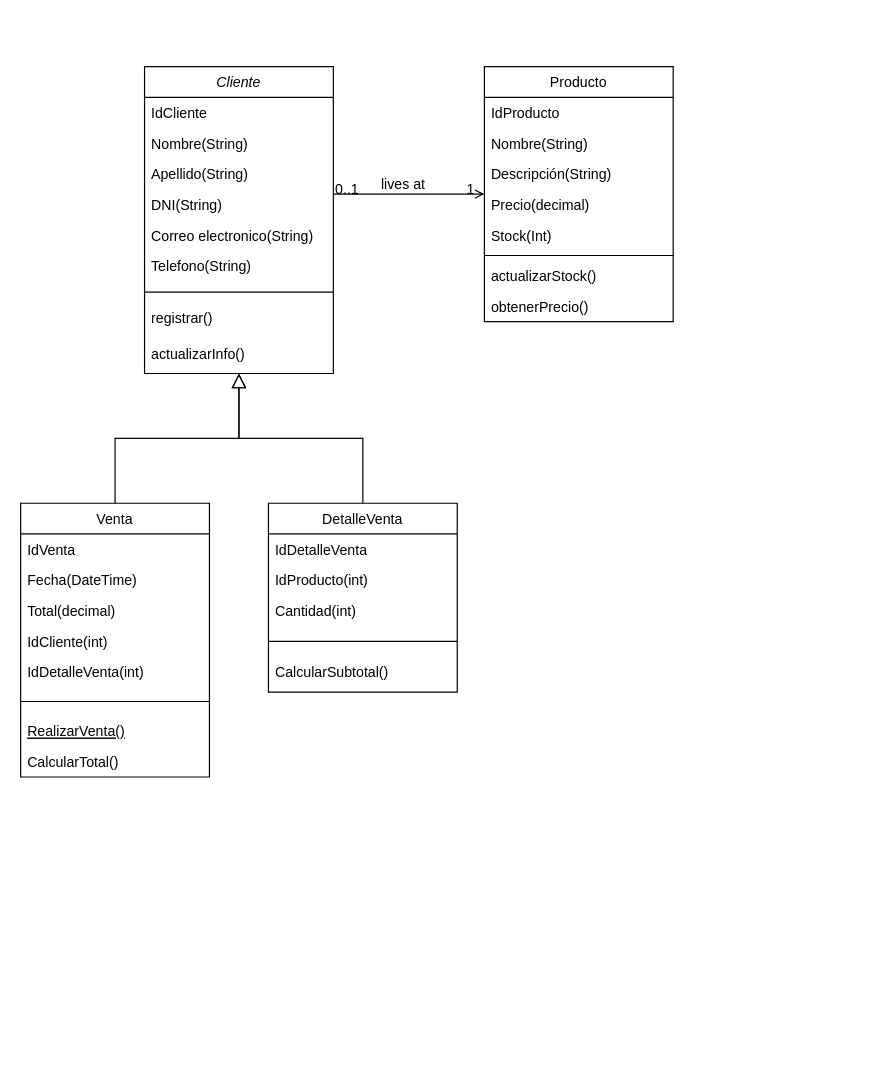
PCalderon77/Bases-de-datos1-ISSD keeps this draw.io diagram as Final Analisis de sistemas 2.drawio. Above is the earlier version. Source tidied: cells renumbered, new cells numbered last; positions are measured from the earlier drawing's top-left corner, leaving out a move shared by most shapes. Both pictures are drawn from the tidied source at 118%, with x=0, y=0 at pixel (20, 66).
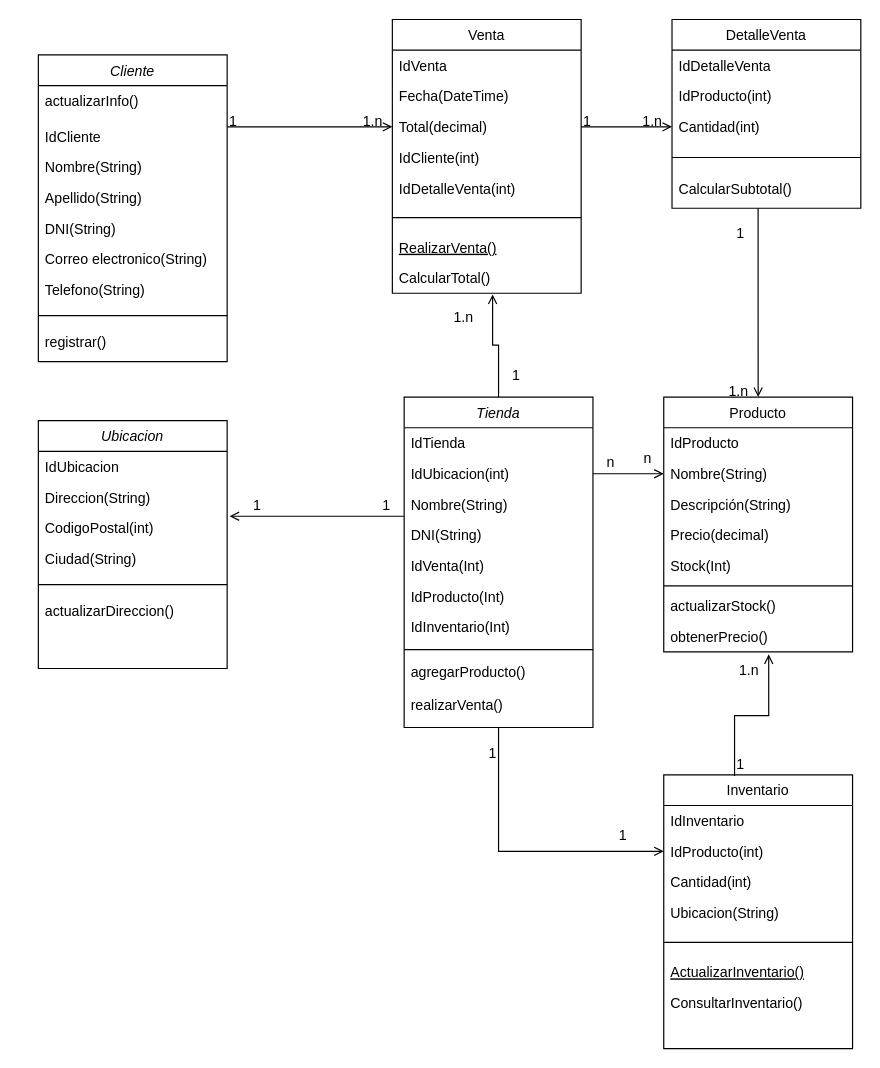
The same diagram, later.

Unchanged cells that the change refers to:
```xml
<mxCell id="15" value="Total(decimal)" style="text;align=left;verticalAlign=top;spacingLeft=4;spacingRight=4;overflow=hidden;points=[[0,0.5],[1,0.5]];portConstraint=eastwest;rounded=0;shadow=0;html=0;" parent="12" vertex="1">
  <mxGeometry y="78" width="160" height="26" as="geometry" />
</mxCell>
<mxCell id="20" value="CalcularTotal()" style="text;align=left;verticalAlign=top;spacingLeft=4;spacingRight=4;overflow=hidden;points=[[0,0.5],[1,0.5]];portConstraint=eastwest;" parent="12" vertex="1">
  <mxGeometry y="206" width="160" height="26" as="geometry" />
</mxCell>
<mxCell id="25" value="Cantidad(int)" style="text;align=left;verticalAlign=top;spacingLeft=4;spacingRight=4;overflow=hidden;points=[[0,0.5],[1,0.5]];portConstraint=eastwest;" parent="22" vertex="1">
  <mxGeometry y="78" width="160" height="26" as="geometry" />
</mxCell>
<mxCell id="27" value="CalcularSubtotal()" style="text;align=left;verticalAlign=top;spacingLeft=4;spacingRight=4;overflow=hidden;points=[[0,0.5],[1,0.5]];portConstraint=eastwest;" parent="22" vertex="1">
  <mxGeometry y="130" width="160" height="26" as="geometry" />
</mxCell>
<mxCell id="31" value="Nombre(String)" style="text;align=left;verticalAlign=top;spacingLeft=4;spacingRight=4;overflow=hidden;points=[[0,0.5],[1,0.5]];portConstraint=eastwest;rounded=0;shadow=0;html=0;" parent="29" vertex="1">
  <mxGeometry y="52" width="160" height="26" as="geometry" />
</mxCell>
<mxCell id="37" value="obtenerPrecio()" style="text;align=left;verticalAlign=top;spacingLeft=4;spacingRight=4;overflow=hidden;points=[[0,0.5],[1,0.5]];portConstraint=eastwest;" parent="29" vertex="1">
  <mxGeometry y="190" width="160" height="26" as="geometry" />
</mxCell>
```

Change to the diagram source:
```diff
@@
     <mxCell id="2" value="Cliente" style="swimlane;fontStyle=2;align=center;verticalAlign=top;horizontal=1;startSize=26;rounded=0;shadow=0;strokeWidth=1;" parent="1" vertex="1">
-      <mxGeometry x="105" width="160" height="260" as="geometry" />
+      <mxGeometry x="15" y="-10" width="160" height="260" as="geometry" />
     </mxCell>
+    <mxCell id="11" value="actualizarInfo()" style="text;align=left;verticalAlign=top;spacingLeft=4;spacingRight=4;overflow=hidden;" parent="2" vertex="1">
+      <mxGeometry y="26" width="160" height="30" as="geometry" />
+    </mxCell>
     <mxCell id="3" value="IdCliente" style="text;align=left;verticalAlign=top;spacingLeft=4;spacingRight=4;overflow=hidden;" parent="2" vertex="1">
-      <mxGeometry y="26" width="160" height="26" as="geometry" />
+      <mxGeometry y="56" width="160" height="26" as="geometry" />
     </mxCell>
     <mxCell id="4" value="Nombre(String)" style="text;align=left;verticalAlign=top;spacingLeft=4;spacingRight=4;overflow=hidden;rounded=0;shadow=0;html=0;" parent="2" vertex="1">
-      <mxGeometry y="52" width="160" height="26" as="geometry" />
+      <mxGeometry y="82" width="160" height="26" as="geometry" />
     </mxCell>
     <mxCell id="5" value="Apellido(String)" style="text;align=left;verticalAlign=top;spacingLeft=4;spacingRight=4;overflow=hidden;rounded=0;shadow=0;html=0;" parent="2" vertex="1">
-      <mxGeometry y="78" width="160" height="26" as="geometry" />
+      <mxGeometry y="108" width="160" height="26" as="geometry" />
     </mxCell>
     <mxCell id="6" value="DNI(String)" style="text;align=left;verticalAlign=top;spacingLeft=4;spacingRight=4;overflow=hidden;rounded=0;shadow=0;html=0;" parent="2" vertex="1">
-      <mxGeometry y="104" width="160" height="26" as="geometry" />
+      <mxGeometry y="134" width="160" height="26" as="geometry" />
     </mxCell>
     <mxCell id="7" value="Correo electronico(String)" style="text;align=left;verticalAlign=top;spacingLeft=4;spacingRight=4;overflow=hidden;rounded=0;shadow=0;html=0;" parent="2" vertex="1">
-      <mxGeometry y="130" width="160" height="26" as="geometry" />
+      <mxGeometry y="160" width="160" height="26" as="geometry" />
     </mxCell>
     <mxCell id="8" value="Telefono(String)" style="text;align=left;verticalAlign=top;spacingLeft=4;spacingRight=4;overflow=hidden;rounded=0;shadow=0;html=0;" parent="2" vertex="1">
-      <mxGeometry y="156" width="160" height="26" as="geometry" />
+      <mxGeometry y="186" width="160" height="26" as="geometry" />
     </mxCell>
     <mxCell id="9" style="line;html=1;strokeWidth=1;align=left;verticalAlign=middle;spacingTop=-1;spacingLeft=3;spacingRight=3;labelPosition=right;" parent="2" vertex="1">
-      <mxGeometry y="182" width="160" height="18" as="geometry" />
+      <mxGeometry y="212" width="160" height="18" as="geometry" />
     </mxCell>
     <mxCell id="10" value="registrar()" style="text;align=left;verticalAlign=top;spacingLeft=4;spacingRight=4;overflow=hidden;" parent="2" vertex="1">
-      <mxGeometry y="200" width="160" height="30" as="geometry" />
+      <mxGeometry y="230" width="160" height="30" as="geometry" />
     </mxCell>
-    <mxCell id="11" value="actualizarInfo()" style="text;align=left;verticalAlign=top;spacingLeft=4;spacingRight=4;overflow=hidden;" parent="2" vertex="1">
-      <mxGeometry y="230" width="160" height="30" as="geometry" />
-    </mxCell>
     <mxCell id="12" value="Venta" style="swimlane;fontStyle=0;align=center;verticalAlign=top;horizontal=1;startSize=26;rounded=0;shadow=0;strokeWidth=1;" parent="1" vertex="1">
-      <mxGeometry y="370" width="160" height="232" as="geometry" />
+      <mxGeometry x="315" y="-40" width="160" height="232" as="geometry" />
     </mxCell>
@@
-    <mxCell id="21" style="endArrow=block;endSize=10;endFill=0;shadow=0;strokeWidth=1;rounded=0;curved=0;edgeStyle=elbowEdgeStyle;elbow=vertical;" parent="1" edge="1" source="12" target="2">
-      <mxGeometry relative="1" as="geometry" />
-    </mxCell>
     <mxCell id="22" value="DetalleVenta" style="swimlane;fontStyle=0;align=center;verticalAlign=top;horizontal=1;startSize=26;rounded=0;shadow=0;strokeWidth=1;" parent="1" vertex="1">
-      <mxGeometry x="210" y="370" width="160" height="160" as="geometry" />
+      <mxGeometry x="552" y="-40" width="160" height="160" as="geometry" />
     </mxCell>
@@
-    <mxCell id="28" style="endArrow=block;endSize=10;endFill=0;shadow=0;strokeWidth=1;rounded=0;curved=0;edgeStyle=elbowEdgeStyle;elbow=vertical;" parent="1" edge="1" source="22" target="2">
-      <mxGeometry relative="1" as="geometry" />
-    </mxCell>
+    <mxCell id="38" style="endArrow=open;shadow=0;strokeWidth=1;rounded=0;curved=0;endFill=1;edgeStyle=elbowEdgeStyle;elbow=vertical;entryX=0;entryY=0.5;entryDx=0;entryDy=0;" parent="1" edge="1" target="15">
+      <mxGeometry x="0.5" y="41" relative="1" as="geometry">
+        <mxPoint x="175" y="51" as="sourcePoint" />
+        <mxPoint x="-40" y="32" as="offset" />
+      </mxGeometry>
+    </mxCell>
+    <mxCell id="39" value="1" style="align=left;verticalAlign=bottom;labelBackgroundColor=none;fontSize=12;" parent="38" vertex="1">
+      <mxGeometry x="-1" relative="1" as="geometry">
+        <mxPoint y="4" as="offset" />
+      </mxGeometry>
+    </mxCell>
+    <mxCell id="40" value="1.n" style="align=right;verticalAlign=bottom;labelBackgroundColor=none;fontSize=12;" parent="38" vertex="1">
+      <mxGeometry x="1" relative="1" as="geometry">
+        <mxPoint x="-7" y="4" as="offset" />
+      </mxGeometry>
+    </mxCell>
+    <mxCell id="42" value="Inventario" style="swimlane;fontStyle=0;align=center;verticalAlign=top;horizontal=1;startSize=26;rounded=0;shadow=0;strokeWidth=1;" parent="1" vertex="1">
+      <mxGeometry x="545" y="600.1" width="160" height="232" as="geometry" />
+    </mxCell>
+    <mxCell id="43" value="IdInventario" style="text;align=left;verticalAlign=top;spacingLeft=4;spacingRight=4;overflow=hidden;" parent="42" vertex="1">
+      <mxGeometry y="26" width="160" height="26" as="geometry" />
+    </mxCell>
+    <mxCell id="44" value="IdProducto(int)" style="text;align=left;verticalAlign=top;spacingLeft=4;spacingRight=4;overflow=hidden;points=[[0,0.5],[1,0.5]];portConstraint=eastwest;rounded=0;shadow=0;html=0;" parent="42" vertex="1">
+      <mxGeometry y="52" width="160" height="26" as="geometry" />
+    </mxCell>
+    <mxCell id="45" value="Cantidad(int)" style="text;align=left;verticalAlign=top;spacingLeft=4;spacingRight=4;overflow=hidden;rounded=0;shadow=0;html=0;" parent="42" vertex="1">
+      <mxGeometry y="78" width="160" height="26" as="geometry" />
+    </mxCell>
+    <mxCell id="46" value="Ubicacion(String)" style="text;align=left;verticalAlign=top;spacingLeft=4;spacingRight=4;overflow=hidden;rounded=0;shadow=0;html=0;" parent="42" vertex="1">
+      <mxGeometry y="104" width="160" height="26" as="geometry" />
+    </mxCell>
+    <mxCell id="47" style="line;html=1;strokeWidth=1;align=left;verticalAlign=middle;spacingTop=-1;spacingLeft=3;spacingRight=3;labelPosition=right;" parent="42" vertex="1">
+      <mxGeometry y="130" width="160" height="24" as="geometry" />
+    </mxCell>
+    <mxCell id="48" value="ActualizarInventario()" style="text;align=left;verticalAlign=top;spacingLeft=4;spacingRight=4;overflow=hidden;fontStyle=4;" parent="42" vertex="1">
+      <mxGeometry y="154" width="160" height="26" as="geometry" />
+    </mxCell>
+    <mxCell id="49" value="ConsultarInventario()" style="text;align=left;verticalAlign=top;spacingLeft=4;spacingRight=4;overflow=hidden;" parent="42" vertex="1">
+      <mxGeometry y="180" width="160" height="26" as="geometry" />
+    </mxCell>
     <mxCell id="29" value="Producto" style="swimlane;fontStyle=0;align=center;verticalAlign=top;horizontal=1;startSize=26;rounded=0;shadow=0;strokeWidth=1;" parent="1" vertex="1">
-      <mxGeometry x="393" width="160" height="216" as="geometry" />
+      <mxGeometry x="545" y="280" width="160" height="216" as="geometry" />
     </mxCell>
@@
-    <mxCell id="38" style="endArrow=open;shadow=0;strokeWidth=1;rounded=0;curved=0;endFill=1;edgeStyle=elbowEdgeStyle;elbow=vertical;" parent="1" edge="1" source="2" target="29">
-      <mxGeometry x="0.5" y="41" relative="1" as="geometry">
-        <mxPoint x="-40" y="32" as="offset" />
-      </mxGeometry>
-    </mxCell>
-    <mxCell id="39" value="0..1" style="align=left;verticalAlign=bottom;labelBackgroundColor=none;fontSize=12;" parent="38" vertex="1">
-      <mxGeometry x="-1" relative="1" as="geometry">
-        <mxPoint y="4" as="offset" />
-      </mxGeometry>
-    </mxCell>
-    <mxCell id="40" value="1" style="align=right;verticalAlign=bottom;labelBackgroundColor=none;fontSize=12;" parent="38" vertex="1">
-      <mxGeometry x="1" relative="1" as="geometry">
-        <mxPoint x="-7" y="4" as="offset" />
-      </mxGeometry>
-    </mxCell>
-    <mxCell id="41" value="lives at" style="text;html=1;align=center;verticalAlign=middle;labelBackgroundColor=none;rounded=0;shadow=0;strokeWidth=1;fontSize=12;" parent="38" vertex="1">
-      <mxGeometry x="0.5" y="49" relative="1" as="geometry">
-        <mxPoint x="-38" y="40" as="offset" />
-      </mxGeometry>
-    </mxCell>
+    <mxCell id="50" style="endArrow=open;shadow=0;strokeWidth=1;rounded=0;curved=0;endFill=1;edgeStyle=elbowEdgeStyle;elbow=vertical;entryX=0;entryY=0.5;entryDx=0;entryDy=0;exitX=1;exitY=0.5;exitDx=0;exitDy=0;" parent="1" edge="1" source="15" target="25">
+      <mxGeometry x="0.5" y="41" relative="1" as="geometry">
+        <mxPoint x="-40" y="32" as="offset" />
+      </mxGeometry>
+    </mxCell>
+    <mxCell id="51" value="1" style="align=left;verticalAlign=bottom;labelBackgroundColor=none;fontSize=12;" parent="50" vertex="1">
+      <mxGeometry x="-1" relative="1" as="geometry">
+        <mxPoint y="4" as="offset" />
+      </mxGeometry>
+    </mxCell>
+    <mxCell id="52" value="1.n" style="align=right;verticalAlign=bottom;labelBackgroundColor=none;fontSize=12;" parent="50" vertex="1">
+      <mxGeometry x="1" relative="1" as="geometry">
+        <mxPoint x="-7" y="4" as="offset" />
+      </mxGeometry>
+    </mxCell>
+    <mxCell id="53" style="endArrow=open;shadow=0;strokeWidth=1;rounded=0;curved=0;endFill=1;edgeStyle=elbowEdgeStyle;elbow=vertical;entryX=0.5;entryY=0;entryDx=0;entryDy=0;exitX=0.456;exitY=1.154;exitDx=0;exitDy=0;exitPerimeter=0;" parent="1" edge="1" source="27" target="29">
+      <mxGeometry x="0.5" y="41" relative="1" as="geometry">
+        <mxPoint x="-40" y="32" as="offset" />
+      </mxGeometry>
+    </mxCell>
+    <mxCell id="54" value="1" style="align=left;verticalAlign=bottom;labelBackgroundColor=none;fontSize=12;" parent="53" vertex="1">
+      <mxGeometry x="-1" relative="1" as="geometry">
+        <mxPoint x="-20" y="30" as="offset" />
+      </mxGeometry>
+    </mxCell>
+    <mxCell id="55" value="1.n" style="align=right;verticalAlign=bottom;labelBackgroundColor=none;fontSize=12;" parent="53" vertex="1">
+      <mxGeometry x="1" relative="1" as="geometry">
+        <mxPoint x="-7" y="4" as="offset" />
+      </mxGeometry>
+    </mxCell>
+    <mxCell id="56" style="endArrow=open;shadow=0;strokeWidth=1;rounded=0;curved=0;endFill=1;edgeStyle=elbowEdgeStyle;elbow=vertical;entryX=0.556;entryY=1.077;entryDx=0;entryDy=0;exitX=0.375;exitY=0.004;exitDx=0;exitDy=0;entryPerimeter=0;exitPerimeter=0;" parent="1" edge="1" source="42" target="37">
+      <mxGeometry x="0.5" y="41" relative="1" as="geometry">
+        <mxPoint x="-40" y="32" as="offset" />
+      </mxGeometry>
+    </mxCell>
+    <mxCell id="57" value="1" style="align=left;verticalAlign=bottom;labelBackgroundColor=none;fontSize=12;" parent="56" vertex="1">
+      <mxGeometry x="-1" relative="1" as="geometry">
+        <mxPoint y="-1" as="offset" />
+      </mxGeometry>
+    </mxCell>
+    <mxCell id="58" value="1.n" style="align=right;verticalAlign=bottom;labelBackgroundColor=none;fontSize=12;" parent="56" vertex="1">
+      <mxGeometry x="1" relative="1" as="geometry">
+        <mxPoint x="-7" y="22" as="offset" />
+      </mxGeometry>
+    </mxCell>
+    <mxCell id="59" value="Tienda" style="swimlane;fontStyle=2;align=center;verticalAlign=top;horizontal=1;startSize=26;rounded=0;shadow=0;strokeWidth=1;" parent="1" vertex="1">
+      <mxGeometry x="325" y="280" width="160" height="280" as="geometry" />
+    </mxCell>
+    <mxCell id="60" value="IdTienda" style="text;align=left;verticalAlign=top;spacingLeft=4;spacingRight=4;overflow=hidden;" parent="59" vertex="1">
+      <mxGeometry y="26" width="160" height="26" as="geometry" />
+    </mxCell>
+    <mxCell id="61" value="IdUbicacion(int)" style="text;align=left;verticalAlign=top;spacingLeft=4;spacingRight=4;overflow=hidden;points=[[0,0.5],[1,0.5]];portConstraint=eastwest;rounded=0;shadow=0;html=0;" parent="59" vertex="1">
+      <mxGeometry y="52" width="160" height="26" as="geometry" />
+    </mxCell>
+    <mxCell id="62" value="Nombre(String)" style="text;align=left;verticalAlign=top;spacingLeft=4;spacingRight=4;overflow=hidden;rounded=0;shadow=0;html=0;" parent="59" vertex="1">
+      <mxGeometry y="78" width="160" height="26" as="geometry" />
+    </mxCell>
+    <mxCell id="63" value="DNI(String)" style="text;align=left;verticalAlign=top;spacingLeft=4;spacingRight=4;overflow=hidden;rounded=0;shadow=0;html=0;" parent="59" vertex="1">
+      <mxGeometry y="104" width="160" height="26" as="geometry" />
+    </mxCell>
+    <mxCell id="64" value="IdVenta(Int)" style="text;align=left;verticalAlign=top;spacingLeft=4;spacingRight=4;overflow=hidden;rounded=0;shadow=0;html=0;" parent="59" vertex="1">
+      <mxGeometry y="130" width="160" height="26" as="geometry" />
+    </mxCell>
+    <mxCell id="65" value="IdProducto(Int)" style="text;align=left;verticalAlign=top;spacingLeft=4;spacingRight=4;overflow=hidden;rounded=0;shadow=0;html=0;" parent="59" vertex="1">
+      <mxGeometry y="156" width="160" height="26" as="geometry" />
+    </mxCell>
+    <mxCell id="66" value="IdInventario(Int)" style="text;align=left;verticalAlign=top;spacingLeft=4;spacingRight=4;overflow=hidden;rounded=0;shadow=0;html=0;" parent="59" vertex="1">
+      <mxGeometry y="182" width="160" height="26" as="geometry" />
+    </mxCell>
+    <mxCell id="67" style="line;html=1;strokeWidth=1;align=left;verticalAlign=middle;spacingTop=-1;spacingLeft=3;spacingRight=3;labelPosition=right;" parent="59" vertex="1">
+      <mxGeometry y="208" width="160" height="12" as="geometry" />
+    </mxCell>
+    <mxCell id="68" value="agregarProducto()" style="text;align=left;verticalAlign=top;spacingLeft=4;spacingRight=4;overflow=hidden;" parent="59" vertex="1">
+      <mxGeometry y="220" width="160" height="28" as="geometry" />
+    </mxCell>
+    <mxCell id="69" value="realizarVenta()" style="text;align=left;verticalAlign=top;spacingLeft=4;spacingRight=4;overflow=hidden;" parent="59" vertex="1">
+      <mxGeometry y="248" width="160" height="30" as="geometry" />
+    </mxCell>
+    <mxCell id="70" value="Ubicacion" style="swimlane;fontStyle=2;align=center;verticalAlign=top;horizontal=1;startSize=26;rounded=0;shadow=0;strokeWidth=1;" parent="1" vertex="1">
+      <mxGeometry x="15" y="300" width="160" height="210" as="geometry" />
+    </mxCell>
+    <mxCell id="71" value="IdUbicacion" style="text;align=left;verticalAlign=top;spacingLeft=4;spacingRight=4;overflow=hidden;" parent="70" vertex="1">
+      <mxGeometry y="26" width="160" height="26" as="geometry" />
+    </mxCell>
+    <mxCell id="72" value="Direccion(String)" style="text;align=left;verticalAlign=top;spacingLeft=4;spacingRight=4;overflow=hidden;rounded=0;shadow=0;html=0;" parent="70" vertex="1">
+      <mxGeometry y="52" width="160" height="26" as="geometry" />
+    </mxCell>
+    <mxCell id="73" value="CodigoPostal(int)" style="text;align=left;verticalAlign=top;spacingLeft=4;spacingRight=4;overflow=hidden;points=[[0,0.5],[1,0.5]];portConstraint=eastwest;rounded=0;shadow=0;html=0;" parent="70" vertex="1">
+      <mxGeometry y="78" width="160" height="26" as="geometry" />
+    </mxCell>
+    <mxCell id="74" value="Ciudad(String)" style="text;align=left;verticalAlign=top;spacingLeft=4;spacingRight=4;overflow=hidden;rounded=0;shadow=0;html=0;" parent="70" vertex="1">
+      <mxGeometry y="104" width="160" height="26" as="geometry" />
+    </mxCell>
+    <mxCell id="75" style="line;html=1;strokeWidth=1;align=left;verticalAlign=middle;spacingTop=-1;spacingLeft=3;spacingRight=3;labelPosition=right;" parent="70" vertex="1">
+      <mxGeometry y="130" width="160" height="18" as="geometry" />
+    </mxCell>
+    <mxCell id="76" value="actualizarDireccion()" style="text;align=left;verticalAlign=top;spacingLeft=4;spacingRight=4;overflow=hidden;" parent="70" vertex="1">
+      <mxGeometry y="148" width="160" height="30" as="geometry" />
+    </mxCell>
+    <mxCell id="77" style="align=left;verticalAlign=bottom;labelBackgroundColor=none;fontSize=12;" parent="1" vertex="1">
+      <mxGeometry x="175" y="415" as="geometry" />
+    </mxCell>
+    <mxCell id="78" style="endArrow=open;shadow=0;strokeWidth=1;rounded=0;curved=0;endFill=1;edgeStyle=elbowEdgeStyle;elbow=vertical;entryX=1.013;entryY=0.115;entryDx=0;entryDy=0;entryPerimeter=0;" parent="1" edge="1" target="73">
+      <mxGeometry x="0.5" y="41" relative="1" as="geometry">
+        <mxPoint x="325" y="381" as="sourcePoint" />
+        <Array as="points">
+          <mxPoint x="365" y="381" />
+        </Array>
+        <mxPoint x="-40" y="32" as="offset" />
+      </mxGeometry>
+    </mxCell>
+    <mxCell id="79" value="1" style="align=left;verticalAlign=bottom;labelBackgroundColor=none;fontSize=12;" parent="78" vertex="1">
+      <mxGeometry x="-1" relative="1" as="geometry">
+        <mxPoint x="-20" y="-1" as="offset" />
+      </mxGeometry>
+    </mxCell>
+    <mxCell id="80" value="1" style="align=right;verticalAlign=bottom;labelBackgroundColor=none;fontSize=12;" parent="78" vertex="1">
+      <mxGeometry x="1" relative="1" as="geometry">
+        <mxPoint x="28" y="-1" as="offset" />
+      </mxGeometry>
+    </mxCell>
+    <mxCell id="81" style="endArrow=open;shadow=0;strokeWidth=1;rounded=0;curved=0;endFill=1;edgeStyle=elbowEdgeStyle;elbow=vertical;entryX=0;entryY=0.5;entryDx=0;entryDy=0;exitX=1;exitY=0.5;exitDx=0;exitDy=0;" parent="1" edge="1" source="61" target="31">
+      <mxGeometry x="0.5" y="41" relative="1" as="geometry">
+        <mxPoint x="-40" y="32" as="offset" />
+      </mxGeometry>
+    </mxCell>
+    <mxCell id="82" value="n" style="align=left;verticalAlign=bottom;labelBackgroundColor=none;fontSize=12;" parent="81" vertex="1">
+      <mxGeometry x="-1" relative="1" as="geometry">
+        <mxPoint x="10" y="-1" as="offset" />
+      </mxGeometry>
+    </mxCell>
+    <mxCell id="83" value="n" style="align=right;verticalAlign=bottom;labelBackgroundColor=none;fontSize=12;" parent="81" vertex="1">
+      <mxGeometry x="1" relative="1" as="geometry">
+        <mxPoint x="-9" y="-5" as="offset" />
+      </mxGeometry>
+    </mxCell>
+    <mxCell id="84" style="endArrow=open;shadow=0;strokeWidth=1;rounded=0;curved=0;endFill=1;edgeStyle=elbowEdgeStyle;elbow=vertical;entryX=0;entryY=0.5;entryDx=0;entryDy=0;exitX=0.5;exitY=1;exitDx=0;exitDy=0;" parent="1" edge="1" source="59" target="44">
+      <mxGeometry x="0.5" y="41" relative="1" as="geometry">
+        <Array as="points">
+          <mxPoint x="485" y="665" />
+        </Array>
+        <mxPoint x="-40" y="32" as="offset" />
+      </mxGeometry>
+    </mxCell>
+    <mxCell id="85" value="1" style="align=left;verticalAlign=bottom;labelBackgroundColor=none;fontSize=12;" parent="84" vertex="1">
+      <mxGeometry x="-1" relative="1" as="geometry">
+        <mxPoint x="-10" y="30" as="offset" />
+      </mxGeometry>
+    </mxCell>
+    <mxCell id="86" value="1" style="align=right;verticalAlign=bottom;labelBackgroundColor=none;fontSize=12;" parent="84" vertex="1">
+      <mxGeometry x="1" relative="1" as="geometry">
+        <mxPoint x="-30" y="-5" as="offset" />
+      </mxGeometry>
+    </mxCell>
+    <mxCell id="87" style="endArrow=open;shadow=0;strokeWidth=1;rounded=0;curved=0;endFill=1;edgeStyle=elbowEdgeStyle;elbow=vertical;entryX=0.531;entryY=1.038;entryDx=0;entryDy=0;entryPerimeter=0;" parent="1" edge="1" source="59" target="20">
+      <mxGeometry x="0.5" y="41" relative="1" as="geometry">
+        <Array as="points">
+          <mxPoint x="405" y="236" />
+        </Array>
+        <mxPoint x="-40" y="32" as="offset" />
+      </mxGeometry>
+    </mxCell>
+    <mxCell id="88" value="1" style="align=left;verticalAlign=bottom;labelBackgroundColor=none;fontSize=12;" parent="87" vertex="1">
+      <mxGeometry x="-1" relative="1" as="geometry">
+        <mxPoint x="10" y="-10" as="offset" />
+      </mxGeometry>
+    </mxCell>
+    <mxCell id="89" value="1.n" style="align=right;verticalAlign=bottom;labelBackgroundColor=none;fontSize=12;" parent="87" vertex="1">
+      <mxGeometry x="1" relative="1" as="geometry">
+        <mxPoint x="-15" y="28" as="offset" />
+      </mxGeometry>
+    </mxCell>
```
